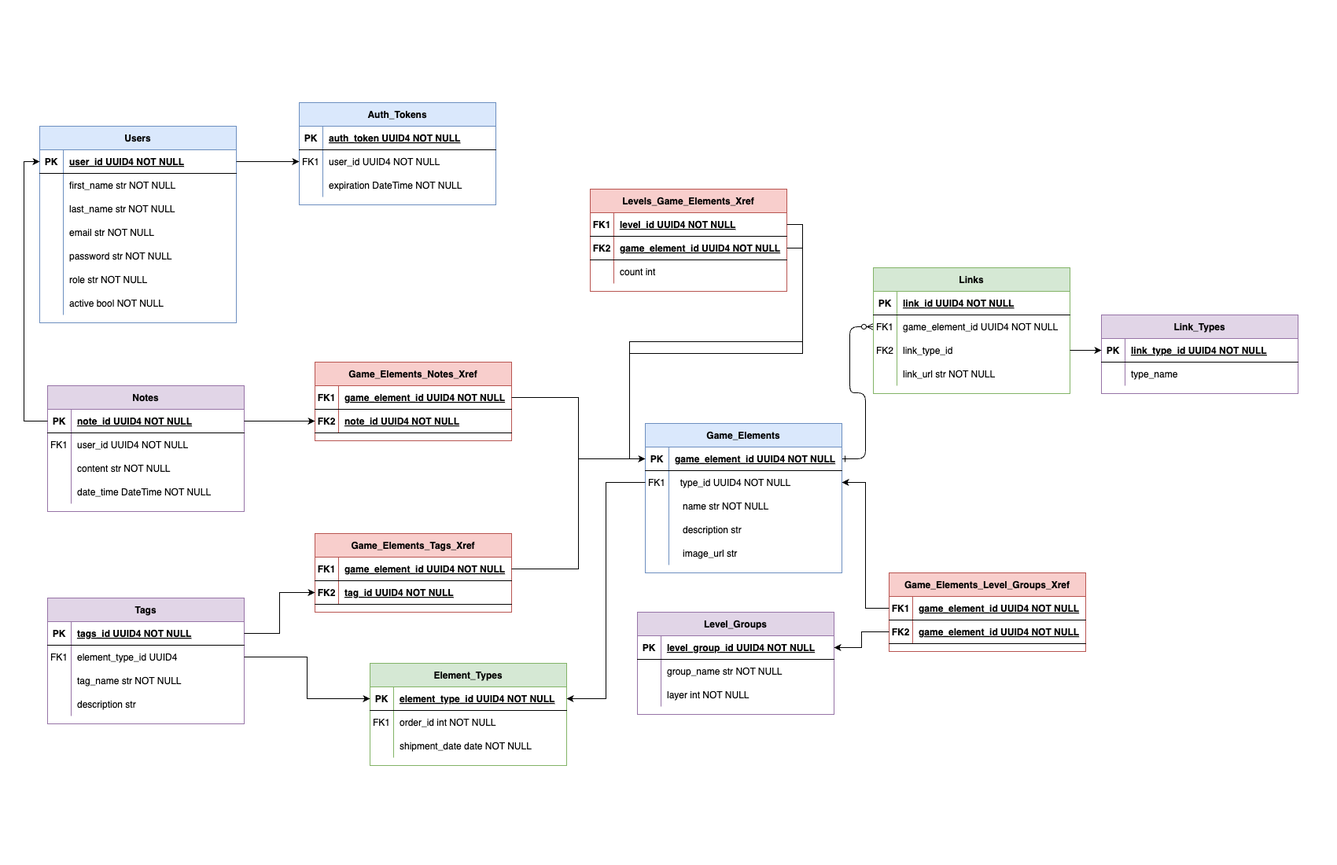
The draw.io diagram gd-notepad-erd.png in Mark-David-Hill/gd-notepad-be, before a commit. Source tidied: cells renumbered, new cells last; positions are measured from the earlier drawing's top-left corner, leaving out a move shared by most shapes.
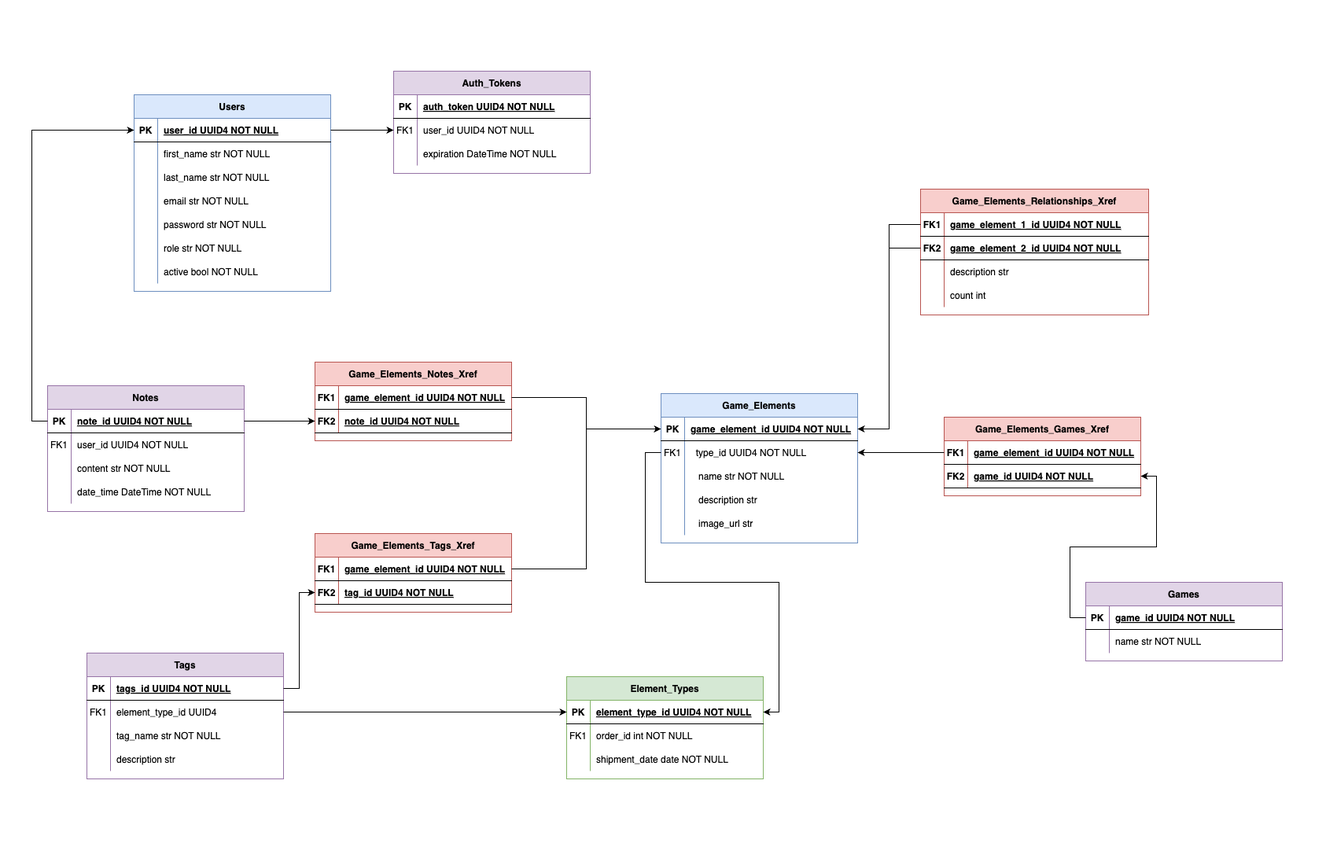
The same diagram one commit later.

Commit message:
updates erd and builds out authenticate and reflection

The edit, as a diff of the source:
```diff
@@ -2,50 +2,8 @@
   <root>
     <mxCell id="0" />
     <mxCell id="1" parent="0" />
-    <mxCell id="2" style="edgeStyle=entityRelationEdgeStyle;endArrow=ERzeroToMany;startArrow=ERone;endFill=1;startFill=0;" parent="1" edge="1" source="27" target="7">
-      <mxGeometry relative="1" as="geometry" />
-    </mxCell>
-    <mxCell id="3" value="Links" style="shape=table;startSize=30;rowLines=0;fontStyle=1;align=center;fillColor=#d5e8d4;strokeColor=#82b366;" parent="1" vertex="1">
-      <mxGeometry x="1060" y="210" width="250" height="160" as="geometry" />
-    </mxCell>
-    <mxCell id="4" style="shape=partialRectangle;fillColor=none;top=0;left=0;right=0;bottom=1;" parent="3" vertex="1">
-      <mxGeometry y="30" width="250" height="30" as="geometry" />
-    </mxCell>
-    <mxCell id="5" value="PK" style="shape=partialRectangle;overflow=hidden;fillColor=none;top=0;left=0;bottom=0;right=0;fontStyle=1;" parent="4" vertex="1">
-      <mxGeometry width="30" height="30" as="geometry" />
-    </mxCell>
-    <mxCell id="6" value="link_id UUID4 NOT NULL" style="shape=partialRectangle;overflow=hidden;fillColor=none;top=0;left=0;bottom=0;right=0;align=left;spacingLeft=6;fontStyle=5;" parent="4" vertex="1">
-      <mxGeometry x="30" width="220" height="30" as="geometry" />
-    </mxCell>
-    <mxCell id="7" style="shape=partialRectangle;fillColor=none;points=[[0,0.5],[1,0.5]];portConstraint=eastwest;top=0;left=0;right=0;bottom=0;" parent="3" vertex="1">
-      <mxGeometry y="60" width="250" height="30" as="geometry" />
-    </mxCell>
-    <mxCell id="8" value="FK1" style="shape=partialRectangle;overflow=hidden;fillColor=none;top=0;left=0;bottom=0;right=0;" parent="7" vertex="1">
-      <mxGeometry width="30" height="30" as="geometry" />
-    </mxCell>
-    <mxCell id="9" value="game_element_id UUID4 NOT NULL" style="shape=partialRectangle;overflow=hidden;fillColor=none;top=0;left=0;bottom=0;right=0;align=left;spacingLeft=6;" parent="7" vertex="1">
-      <mxGeometry x="30" width="220" height="30" as="geometry" />
-    </mxCell>
-    <mxCell id="10" style="shape=partialRectangle;fillColor=none;points=[[0,0.5],[1,0.5]];portConstraint=eastwest;top=0;left=0;right=0;bottom=0;" parent="3" vertex="1">
-      <mxGeometry y="90" width="250" height="30" as="geometry" />
-    </mxCell>
-    <mxCell id="11" value="FK2" style="shape=partialRectangle;overflow=hidden;fillColor=none;top=0;left=0;bottom=0;right=0;" parent="10" vertex="1">
-      <mxGeometry width="30" height="30" as="geometry" />
-    </mxCell>
-    <mxCell id="12" value="link_type_id" style="shape=partialRectangle;overflow=hidden;fillColor=none;top=0;left=0;bottom=0;right=0;align=left;spacingLeft=6;" parent="10" vertex="1">
-      <mxGeometry x="30" width="220" height="30" as="geometry" />
-    </mxCell>
-    <mxCell id="13" style="shape=partialRectangle;fillColor=none;top=0;left=0;right=0;bottom=0;" parent="3" vertex="1">
-      <mxGeometry y="120" width="250" height="30" as="geometry" />
-    </mxCell>
-    <mxCell id="14" style="shape=partialRectangle;overflow=hidden;fillColor=none;top=0;left=0;bottom=0;right=0;" parent="13" vertex="1">
-      <mxGeometry width="30" height="30" as="geometry" />
-    </mxCell>
-    <mxCell id="15" value="link_url str NOT NULL" style="shape=partialRectangle;overflow=hidden;fillColor=none;top=0;left=0;bottom=0;right=0;align=left;spacingLeft=6;" parent="13" vertex="1">
-      <mxGeometry x="30" width="220" height="30" as="geometry" />
-    </mxCell>
     <mxCell id="16" value="Element_Types" style="shape=table;startSize=30;rowLines=0;fontStyle=1;align=center;fillColor=#d5e8d4;strokeColor=#82b366;" parent="1" vertex="1">
-      <mxGeometry x="420" y="713" width="250" height="130" as="geometry" />
+      <mxGeometry x="670" y="730" width="250" height="130" as="geometry" />
     </mxCell>
     <mxCell id="17" style="shape=partialRectangle;fillColor=none;points=[[0,0.5],[1,0.5]];portConstraint=eastwest;top=0;left=0;right=0;bottom=1;" parent="16" vertex="1">
       <mxGeometry y="30" width="250" height="30" as="geometry" />
@@ -75,7 +33,7 @@
       <mxGeometry x="30" width="220" height="30" as="geometry" />
     </mxCell>
     <mxCell id="26" value="Game_Elements" style="shape=table;startSize=30;rowLines=0;fontStyle=1;align=center;fillColor=#dae8fc;strokeColor=#6c8ebf;" parent="1" vertex="1">
-      <mxGeometry x="770" y="408" width="250" height="190" as="geometry" />
+      <mxGeometry x="790" y="370" width="250" height="190" as="geometry" />
     </mxCell>
     <mxCell id="27" style="shape=partialRectangle;fillColor=none;points=[[0,0.5],[1,0.5]];portConstraint=eastwest;top=0;left=0;right=0;bottom=1;" parent="26" vertex="1">
       <mxGeometry y="30" width="250" height="30" as="geometry" />
@@ -122,35 +80,11 @@
     <mxCell id="41" value="   image_url str" style="shape=partialRectangle;overflow=hidden;fillColor=none;top=0;left=0;bottom=0;right=0;align=left;spacingLeft=6;" parent="39" vertex="1">
       <mxGeometry x="30" width="220" height="30" as="geometry" />
     </mxCell>
-    <mxCell id="42" value="Link_Types" style="shape=table;startSize=30;rowLines=0;fontStyle=1;align=center;fillColor=#e1d5e7;strokeColor=#9673a6;" parent="1" vertex="1">
-      <mxGeometry x="1350" y="270" width="250" height="100" as="geometry" />
-    </mxCell>
-    <mxCell id="43" style="shape=partialRectangle;fillColor=none;points=[[0,0.5],[1,0.5]];portConstraint=eastwest;top=0;left=0;right=0;bottom=1;" parent="42" vertex="1">
-      <mxGeometry y="30" width="250" height="30" as="geometry" />
-    </mxCell>
-    <mxCell id="44" value="PK" style="shape=partialRectangle;overflow=hidden;fillColor=none;top=0;left=0;bottom=0;right=0;fontStyle=1;" parent="43" vertex="1">
-      <mxGeometry width="30" height="30" as="geometry" />
-    </mxCell>
-    <mxCell id="45" value="link_type_id UUID4 NOT NULL " style="shape=partialRectangle;overflow=hidden;fillColor=none;top=0;left=0;bottom=0;right=0;align=left;spacingLeft=6;fontStyle=5;" parent="43" vertex="1">
-      <mxGeometry x="30" width="220" height="30" as="geometry" />
-    </mxCell>
-    <mxCell id="46" style="shape=partialRectangle;fillColor=none;top=0;left=0;right=0;bottom=0;" parent="42" vertex="1">
-      <mxGeometry y="60" width="250" height="30" as="geometry" />
-    </mxCell>
-    <mxCell id="47" style="shape=partialRectangle;overflow=hidden;fillColor=none;top=0;left=0;bottom=0;right=0;" parent="46" vertex="1">
-      <mxGeometry width="30" height="30" as="geometry" />
-    </mxCell>
-    <mxCell id="48" value="type_name" style="shape=partialRectangle;overflow=hidden;fillColor=none;top=0;left=0;bottom=0;right=0;align=left;spacingLeft=6;" parent="46" vertex="1">
-      <mxGeometry x="30" width="220" height="30" as="geometry" />
-    </mxCell>
-    <mxCell id="49" style="edgeStyle=orthogonalEdgeStyle;rounded=0;jettySize=auto;html=1;" parent="1" edge="1" source="10" target="43">
-      <mxGeometry relative="1" as="geometry" />
-    </mxCell>
     <mxCell id="50" style="edgeStyle=orthogonalEdgeStyle;rounded=0;jettySize=auto;html=1;" parent="1" edge="1" source="30" target="17">
       <mxGeometry relative="1" as="geometry" />
     </mxCell>
-    <mxCell id="51" value="Level_Groups" style="shape=table;startSize=30;rowLines=0;fontStyle=1;align=center;fillColor=#e1d5e7;strokeColor=#9673a6;" parent="1" vertex="1">
-      <mxGeometry x="760" y="648" width="250" height="130" as="geometry" />
+    <mxCell id="51" value="Games" style="shape=table;startSize=30;rowLines=0;fontStyle=1;align=center;fillColor=#e1d5e7;strokeColor=#9673a6;" parent="1" vertex="1">
+      <mxGeometry x="1330" y="610" width="250" height="100" as="geometry" />
     </mxCell>
     <mxCell id="52" style="shape=partialRectangle;fillColor=none;points=[[0,0.5],[1,0.5]];portConstraint=eastwest;top=0;left=0;right=0;bottom=1;" parent="51" vertex="1">
       <mxGeometry y="30" width="250" height="30" as="geometry" />
@@ -158,7 +92,7 @@
     <mxCell id="53" value="PK" style="shape=partialRectangle;overflow=hidden;fillColor=none;top=0;left=0;bottom=0;right=0;fontStyle=1;" parent="52" vertex="1">
       <mxGeometry width="30" height="30" as="geometry" />
     </mxCell>
-    <mxCell id="54" value="level_group_id UUID4 NOT NULL " style="shape=partialRectangle;overflow=hidden;fillColor=none;top=0;left=0;bottom=0;right=0;align=left;spacingLeft=6;fontStyle=5;" parent="52" vertex="1">
+    <mxCell id="54" value="game_id UUID4 NOT NULL " style="shape=partialRectangle;overflow=hidden;fillColor=none;top=0;left=0;bottom=0;right=0;align=left;spacingLeft=6;fontStyle=5;" parent="52" vertex="1">
       <mxGeometry x="30" width="220" height="30" as="geometry" />
     </mxCell>
     <mxCell id="55" style="shape=partialRectangle;fillColor=none;top=0;left=0;right=0;bottom=0;" parent="51" vertex="1">
@@ -167,20 +101,11 @@
     <mxCell id="56" style="shape=partialRectangle;overflow=hidden;fillColor=none;top=0;left=0;bottom=0;right=0;" parent="55" vertex="1">
       <mxGeometry width="30" height="30" as="geometry" />
     </mxCell>
-    <mxCell id="57" value="group_name str NOT NULL" style="shape=partialRectangle;overflow=hidden;fillColor=none;top=0;left=0;bottom=0;right=0;align=left;spacingLeft=6;" parent="55" vertex="1">
+    <mxCell id="57" value="name str NOT NULL" style="shape=partialRectangle;overflow=hidden;fillColor=none;top=0;left=0;bottom=0;right=0;align=left;spacingLeft=6;" parent="55" vertex="1">
       <mxGeometry x="30" width="220" height="30" as="geometry" />
     </mxCell>
-    <mxCell id="58" style="shape=partialRectangle;fillColor=none;top=0;left=0;right=0;bottom=0;" parent="51" vertex="1">
-      <mxGeometry y="90" width="250" height="30" as="geometry" />
-    </mxCell>
-    <mxCell id="59" style="shape=partialRectangle;overflow=hidden;fillColor=none;top=0;left=0;bottom=0;right=0;" parent="58" vertex="1">
-      <mxGeometry width="30" height="30" as="geometry" />
-    </mxCell>
-    <mxCell id="60" value="layer int NOT NULL" style="shape=partialRectangle;overflow=hidden;fillColor=none;top=0;left=0;bottom=0;right=0;align=left;spacingLeft=6;" parent="58" vertex="1">
-      <mxGeometry x="30" width="220" height="30" as="geometry" />
-    </mxCell>
-    <mxCell id="61" value="Game_Elements_Level_Groups_Xref" style="shape=table;startSize=30;rowLines=0;fontStyle=1;align=center;fillColor=#f8cecc;strokeColor=#b85450;" parent="1" vertex="1">
-      <mxGeometry x="1080" y="598" width="250" height="100" as="geometry" />
+    <mxCell id="61" value="Game_Elements_Games_Xref" style="shape=table;startSize=30;rowLines=0;fontStyle=1;align=center;fillColor=#f8cecc;strokeColor=#b85450;" parent="1" vertex="1">
+      <mxGeometry x="1150" y="400" width="250" height="100" as="geometry" />
     </mxCell>
     <mxCell id="62" style="shape=partialRectangle;fillColor=none;points=[[0,0.5],[1,0.5]];portConstraint=eastwest;top=0;left=0;right=0;bottom=1;" parent="61" vertex="1">
       <mxGeometry y="30" width="250" height="30" as="geometry" />
@@ -197,53 +122,53 @@
     <mxCell id="66" value="FK2" style="shape=partialRectangle;overflow=hidden;fillColor=none;top=0;left=0;bottom=0;right=0;fontStyle=1;" parent="65" vertex="1">
       <mxGeometry width="30" height="30" as="geometry" />
     </mxCell>
-    <mxCell id="67" value="game_element_id UUID4 NOT NULL " style="shape=partialRectangle;overflow=hidden;fillColor=none;top=0;left=0;bottom=0;right=0;align=left;spacingLeft=6;fontStyle=5;" parent="65" vertex="1">
+    <mxCell id="67" value="game_id UUID4 NOT NULL " style="shape=partialRectangle;overflow=hidden;fillColor=none;top=0;left=0;bottom=0;right=0;align=left;spacingLeft=6;fontStyle=5;" parent="65" vertex="1">
       <mxGeometry x="30" width="220" height="30" as="geometry" />
     </mxCell>
     <mxCell id="68" style="edgeStyle=orthogonalEdgeStyle;rounded=0;jettySize=auto;html=1;exitX=0;exitY=0.5;exitDx=0;exitDy=0;entryX=1;entryY=0.5;entryDx=0;entryDy=0;" parent="1" edge="1" source="62" target="30">
       <mxGeometry relative="1" as="geometry" />
     </mxCell>
-    <mxCell id="69" style="edgeStyle=orthogonalEdgeStyle;rounded=0;jettySize=auto;html=1;exitX=0;exitY=0.5;exitDx=0;exitDy=0;entryX=1;entryY=0.5;entryDx=0;entryDy=0;" parent="1" edge="1" source="65" target="52">
-      <mxGeometry relative="1" as="geometry" />
-    </mxCell>
-    <mxCell id="70" value="Levels_Game_Elements_Xref" style="shape=table;startSize=30;rowLines=0;fontStyle=1;align=center;fillColor=#f8cecc;strokeColor=#b85450;" parent="1" vertex="1">
-      <mxGeometry x="700" y="110" width="250" height="130" as="geometry" />
+    <mxCell id="70" value="Game_Elements_Relationships_Xref" style="shape=table;startSize=30;rowLines=0;fontStyle=1;align=center;fillColor=#f8cecc;strokeColor=#b85450;" parent="1" vertex="1">
+      <mxGeometry x="1120" y="110" width="290" height="160" as="geometry" />
     </mxCell>
     <mxCell id="71" style="shape=partialRectangle;fillColor=none;points=[[0,0.5],[1,0.5]];portConstraint=eastwest;top=0;left=0;right=0;bottom=1;" parent="70" vertex="1">
-      <mxGeometry y="30" width="250" height="30" as="geometry" />
+      <mxGeometry y="30" width="290" height="30" as="geometry" />
     </mxCell>
     <mxCell id="72" value="FK1" style="shape=partialRectangle;overflow=hidden;fillColor=none;top=0;left=0;bottom=0;right=0;fontStyle=1;" parent="71" vertex="1">
       <mxGeometry width="30" height="30" as="geometry" />
     </mxCell>
-    <mxCell id="73" value="level_id UUID4 NOT NULL " style="shape=partialRectangle;overflow=hidden;fillColor=none;top=0;left=0;bottom=0;right=0;align=left;spacingLeft=6;fontStyle=5;" parent="71" vertex="1">
-      <mxGeometry x="30" width="220" height="30" as="geometry" />
+    <mxCell id="73" value="game_element_1_id UUID4 NOT NULL " style="shape=partialRectangle;overflow=hidden;fillColor=none;top=0;left=0;bottom=0;right=0;align=left;spacingLeft=6;fontStyle=5;" parent="71" vertex="1">
+      <mxGeometry x="30" width="260" height="30" as="geometry" />
     </mxCell>
     <mxCell id="74" style="shape=partialRectangle;fillColor=none;points=[[0,0.5],[1,0.5]];portConstraint=eastwest;top=0;left=0;right=0;bottom=1;" parent="70" vertex="1">
-      <mxGeometry y="60" width="250" height="30" as="geometry" />
+      <mxGeometry y="60" width="290" height="30" as="geometry" />
     </mxCell>
     <mxCell id="75" value="FK2" style="shape=partialRectangle;overflow=hidden;fillColor=none;top=0;left=0;bottom=0;right=0;fontStyle=1;" parent="74" vertex="1">
       <mxGeometry width="30" height="30" as="geometry" />
     </mxCell>
-    <mxCell id="76" value="game_element_id UUID4 NOT NULL " style="shape=partialRectangle;overflow=hidden;fillColor=none;top=0;left=0;bottom=0;right=0;align=left;spacingLeft=6;fontStyle=5;" parent="74" vertex="1">
-      <mxGeometry x="30" width="220" height="30" as="geometry" />
+    <mxCell id="76" value="game_element_2_id UUID4 NOT NULL " style="shape=partialRectangle;overflow=hidden;fillColor=none;top=0;left=0;bottom=0;right=0;align=left;spacingLeft=6;fontStyle=5;" parent="74" vertex="1">
+      <mxGeometry x="30" width="260" height="30" as="geometry" />
     </mxCell>
     <mxCell id="77" style="shape=partialRectangle;fillColor=none;top=0;left=0;right=0;bottom=0;" parent="70" vertex="1">
-      <mxGeometry y="90" width="250" height="30" as="geometry" />
+      <mxGeometry y="90" width="290" height="30" as="geometry" />
     </mxCell>
     <mxCell id="78" style="shape=partialRectangle;overflow=hidden;fillColor=none;top=0;left=0;bottom=0;right=0;" parent="77" vertex="1">
       <mxGeometry width="30" height="30" as="geometry" />
     </mxCell>
-    <mxCell id="79" value="count int" style="shape=partialRectangle;overflow=hidden;fillColor=none;top=0;left=0;bottom=0;right=0;align=left;spacingLeft=6;" parent="77" vertex="1">
-      <mxGeometry x="30" width="220" height="30" as="geometry" />
+    <mxCell id="79" value="description str" style="shape=partialRectangle;overflow=hidden;fillColor=none;top=0;left=0;bottom=0;right=0;align=left;spacingLeft=6;" parent="77" vertex="1">
+      <mxGeometry x="30" width="260" height="30" as="geometry" />
     </mxCell>
-    <mxCell id="80" style="edgeStyle=orthogonalEdgeStyle;rounded=0;jettySize=auto;html=1;exitX=1;exitY=0.5;exitDx=0;exitDy=0;entryX=0;entryY=0.5;entryDx=0;entryDy=0;" parent="1" edge="1" source="71" target="27">
-      <mxGeometry relative="1" as="geometry" />
-    </mxCell>
-    <mxCell id="81" style="edgeStyle=orthogonalEdgeStyle;rounded=0;jettySize=auto;html=1;exitX=1;exitY=0.5;exitDx=0;exitDy=0;entryX=0;entryY=0.5;entryDx=0;entryDy=0;" parent="1" edge="1" source="74" target="27">
-      <mxGeometry relative="1" as="geometry" />
-    </mxCell>
+    <mxCell id="161" style="shape=partialRectangle;fillColor=none;top=0;left=0;right=0;bottom=0;" parent="70" vertex="1">
+      <mxGeometry y="120" width="290" height="30" as="geometry" />
+    </mxCell>
+    <mxCell id="162" style="shape=partialRectangle;overflow=hidden;fillColor=none;top=0;left=0;bottom=0;right=0;" parent="161" vertex="1">
+      <mxGeometry width="30" height="30" as="geometry" />
+    </mxCell>
+    <mxCell id="163" value="count int" style="shape=partialRectangle;overflow=hidden;fillColor=none;top=0;left=0;bottom=0;right=0;align=left;spacingLeft=6;" parent="161" vertex="1">
+      <mxGeometry x="30" width="260" height="30" as="geometry" />
+    </mxCell>
     <mxCell id="82" value="Users" style="shape=table;startSize=30;rowLines=0;fontStyle=1;align=center;fillColor=#dae8fc;strokeColor=#6c8ebf;" parent="1" vertex="1">
-      <mxGeometry y="30" width="250" height="250" as="geometry" />
+      <mxGeometry x="120" y="-10" width="250" height="250" as="geometry" />
     </mxCell>
     <mxCell id="83" style="shape=partialRectangle;fillColor=none;points=[[0,0.5],[1,0.5]];portConstraint=eastwest;top=0;left=0;right=0;bottom=1;" parent="82" vertex="1">
       <mxGeometry y="30" width="250" height="30" as="geometry" />
@@ -309,7 +234,7 @@
       <mxGeometry x="30" width="220" height="30" as="geometry" />
     </mxCell>
     <mxCell id="104" value="Tags" style="shape=table;startSize=30;rowLines=0;fontStyle=1;align=center;fillColor=#e1d5e7;strokeColor=#9673a6;" parent="1" vertex="1">
-      <mxGeometry x="10" y="630" width="250" height="160" as="geometry" />
+      <mxGeometry x="60" y="700" width="250" height="160" as="geometry" />
     </mxCell>
     <mxCell id="105" style="shape=partialRectangle;fillColor=none;points=[[0,0.5],[1,0.5]];portConstraint=eastwest;top=0;left=0;right=0;bottom=1;" parent="104" vertex="1">
       <mxGeometry y="30" width="250" height="30" as="geometry" />
@@ -443,8 +368,8 @@
     <mxCell id="148" style="edgeStyle=orthogonalEdgeStyle;rounded=0;jettySize=auto;html=1;exitX=1;exitY=0.5;exitDx=0;exitDy=0;" parent="1" edge="1" source="108" target="17">
       <mxGeometry relative="1" as="geometry" />
     </mxCell>
-    <mxCell id="149" value="Auth_Tokens" style="shape=table;startSize=30;rowLines=0;fontStyle=1;align=center;fillColor=#dae8fc;strokeColor=#6c8ebf;" parent="1" vertex="1">
-      <mxGeometry x="330" width="250" height="130" as="geometry" />
+    <mxCell id="149" value="Auth_Tokens" style="shape=table;startSize=30;rowLines=0;fontStyle=1;align=center;fillColor=#e1d5e7;strokeColor=#9673a6;" parent="1" vertex="1">
+      <mxGeometry x="450" y="-40" width="250" height="130" as="geometry" />
     </mxCell>
     <mxCell id="150" style="shape=partialRectangle;fillColor=none;top=0;left=0;right=0;bottom=1;" parent="149" vertex="1">
       <mxGeometry y="30" width="250" height="30" as="geometry" />
@@ -479,5 +404,14 @@
     <mxCell id="160" style="edgeStyle=orthogonalEdgeStyle;rounded=0;jettySize=auto;html=1;exitX=0;exitY=0.5;exitDx=0;exitDy=0;entryX=0;entryY=0.5;entryDx=0;entryDy=0;" parent="1" edge="1" source="127" target="83">
       <mxGeometry relative="1" as="geometry" />
     </mxCell>
+    <mxCell id="164" style="edgeStyle=orthogonalEdgeStyle;rounded=0;jettySize=auto;html=1;entryX=1;entryY=0.5;entryDx=0;entryDy=0;" parent="1" edge="1" source="52" target="65">
+      <mxGeometry relative="1" as="geometry" />
+    </mxCell>
+    <mxCell id="80" style="edgeStyle=orthogonalEdgeStyle;rounded=0;jettySize=auto;html=1;entryX=1;entryY=0.5;entryDx=0;entryDy=0;" parent="1" edge="1" source="71" target="27">
+      <mxGeometry relative="1" as="geometry" />
+    </mxCell>
+    <mxCell id="81" style="edgeStyle=orthogonalEdgeStyle;rounded=0;jettySize=auto;html=1;entryX=1;entryY=0.5;entryDx=0;entryDy=0;" parent="1" edge="1" source="74" target="27">
+      <mxGeometry relative="1" as="geometry" />
+    </mxCell>
   </root>
 </mxGraphModel>
```
